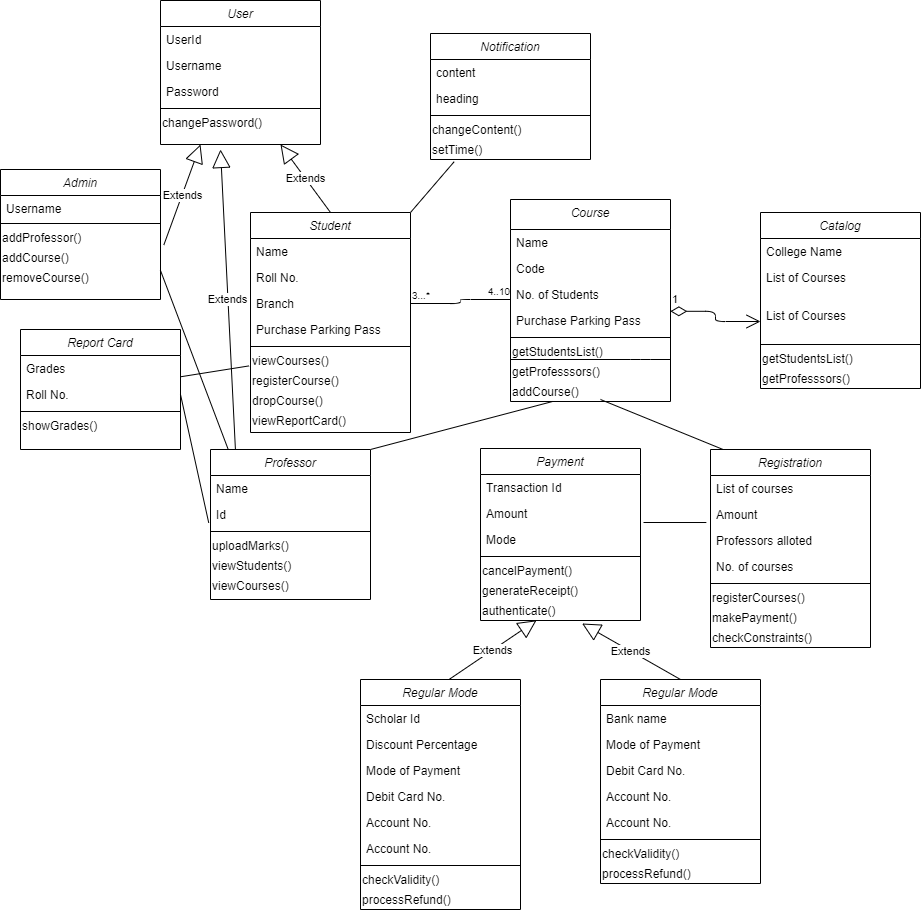
Above: UML/Class Diagrams/Class.png in kunal1199/Flipkart (draw.io), before the change. Source tidied: cells renumbered, new cells last; positions are measured from the earlier drawing's top-left corner, leaving out a move shared by most shapes.
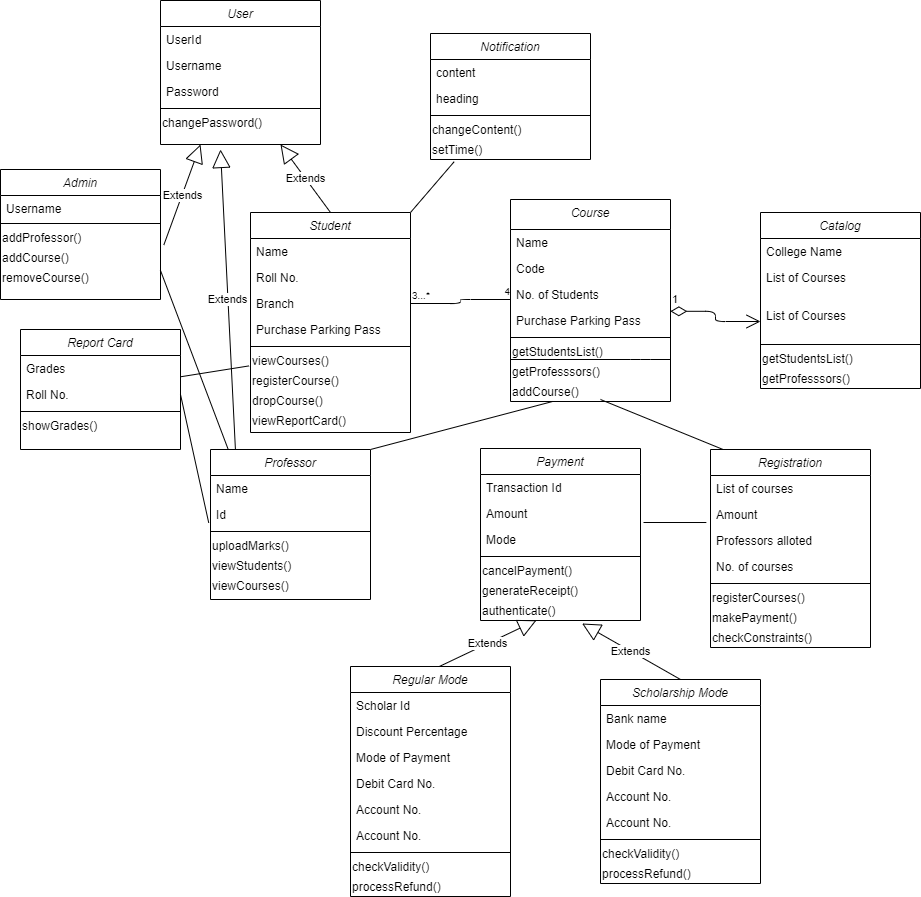
Later version of the same file.

The edit, as a diff of the source:
```diff
@@ -56,7 +56,7 @@
     <mxCell id="16" value="3...*" style="html=1;align=left;verticalAlign=bottom;labelBackgroundColor=#ffffff;fontSize=10;" parent="15" vertex="1">
       <mxGeometry x="-1" relative="1" as="geometry" />
     </mxCell>
-    <mxCell id="17" value="4..10" style="html=1;align=right;verticalAlign=bottom;labelBackgroundColor=#ffffff;fontSize=10;" parent="15" vertex="1">
+    <mxCell id="17" value="4" style="html=1;align=right;verticalAlign=bottom;labelBackgroundColor=#ffffff;fontSize=10;" parent="15" vertex="1">
       <mxGeometry x="1" relative="1" as="geometry" />
     </mxCell>
     <mxCell id="18" value="Extends" style="endArrow=block;endSize=16;endFill=0;html=1;entryX=0.35;entryY=0.99;entryDx=0;entryDy=0;exitX=0.549;exitY=0.002;exitDx=0;exitDy=0;exitPerimeter=0;entryPerimeter=0;" parent="1" edge="1" source="102" target="50">
@@ -160,7 +160,7 @@
     <mxCell id="50" value="authenticate()" style="text;html=1;align=left;verticalAlign=middle;points=[];" parent="43" vertex="1">
       <mxGeometry y="152" width="160" height="20" as="geometry" />
     </mxCell>
-    <mxCell id="51" value="Regular Mode" style="swimlane;fontStyle=2;align=center;verticalAlign=top;horizontal=1;startSize=26;rounded=0;shadow=0;strokeWidth=1;" parent="1" vertex="1">
+    <mxCell id="51" value="Scholarship Mode" style="swimlane;fontStyle=2;align=center;verticalAlign=top;horizontal=1;startSize=26;rounded=0;shadow=0;strokeWidth=1;" parent="1" vertex="1">
       <mxGeometry x="600" y="679" width="160" height="204" as="geometry" />
     </mxCell>
     <mxCell id="52" value="Bank name" style="text;align=left;verticalAlign=top;spacingLeft=4;spacingRight=4;overflow=hidden;" parent="51" vertex="1">
@@ -318,7 +318,7 @@
       <mxGeometry y="126" width="160" height="20" as="geometry" />
     </mxCell>
     <mxCell id="102" value="Regular Mode" style="swimlane;fontStyle=2;align=center;verticalAlign=top;horizontal=1;startSize=26;rounded=0;shadow=0;strokeWidth=1;" parent="1" vertex="1">
-      <mxGeometry x="360" y="679" width="160" height="230" as="geometry" />
+      <mxGeometry x="350" y="666" width="160" height="230" as="geometry" />
     </mxCell>
     <mxCell id="103" value="Scholar Id" style="text;align=left;verticalAlign=top;spacingLeft=4;spacingRight=4;overflow=hidden;" parent="102" vertex="1">
       <mxGeometry y="26" width="160" height="26" as="geometry" />
```
